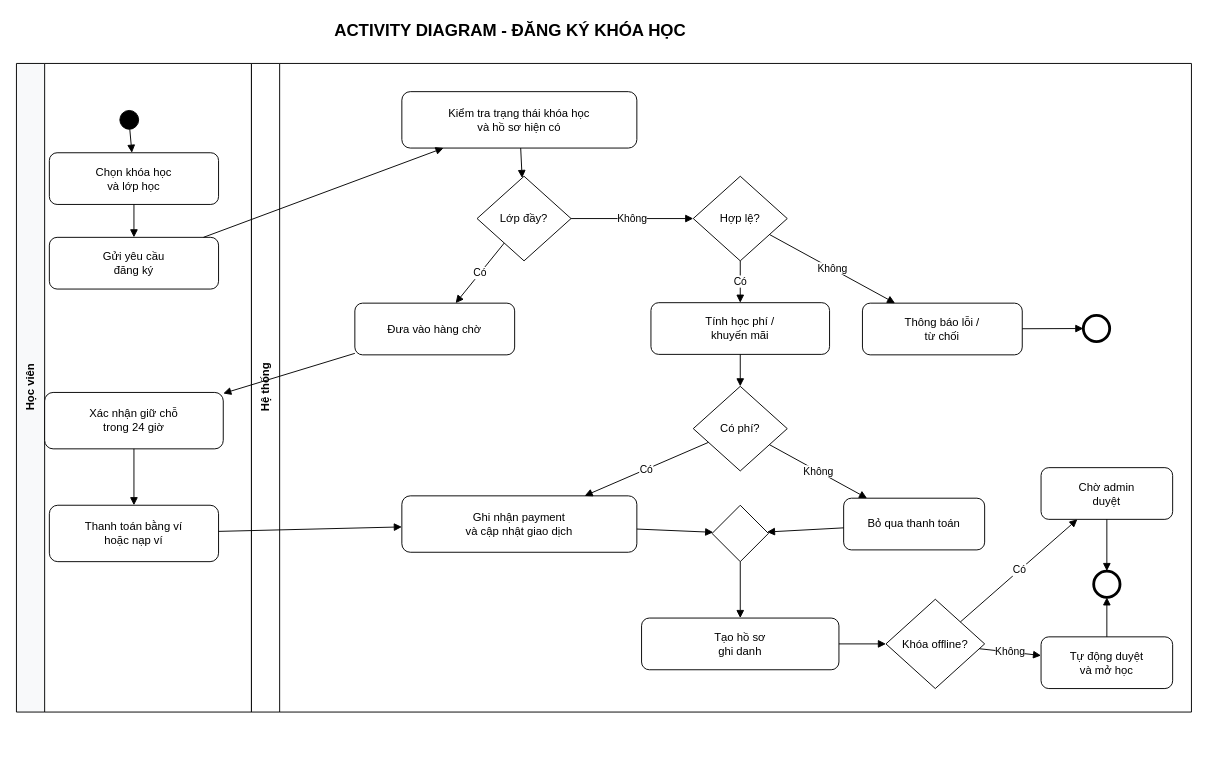
DangThanh2204/CongDangKy_KhaiTriEdu_Laravel- keeps this draw.io diagram as docs/uml/pages/02_activity-enrollment.drawio. Above is the earlier version. Source tidied: cells renumbered, new cells numbered last; positions are measured from the earlier drawing's top-left corner, leaving out a move shared by most shapes. Both pictures are drawn from the tidied source at 94%, with x=0, y=0 at pixel (16, 16).
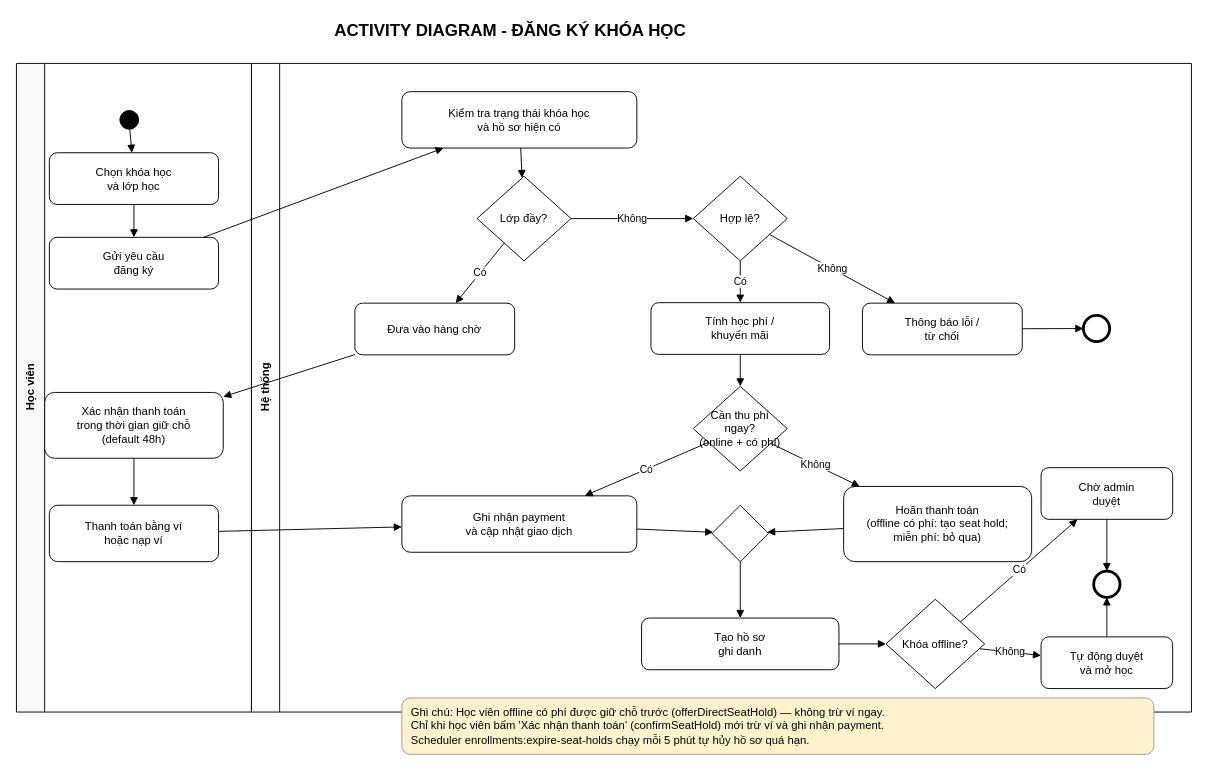
After the change.

Commit message (it also covers changes not shown here):
docs(uml): cập nhật state/activity/sequence theo flow giữ chỗ trước thanh toán

The change refers to these unchanged cells:
```xml
<mxCell id="4" value="Hệ thống" style="swimlane;html=1;startSize=30;horizontal=0;fillColor=#ffffff;strokeColor=#000000;fontStyle=1;" parent="1" vertex="1">
  <mxGeometry x="250" y="50" width="1000" height="690" as="geometry" />
</mxCell>
```

Change to the diagram source:
```diff
@@
-    <mxCell id="11" value="Có phí?" style="rhombus;whiteSpace=wrap;html=1;" parent="4" vertex="1">
+    <mxCell id="11" value="Cần thu phí ngay?&#10;(online + có phí)" style="rhombus;whiteSpace=wrap;html=1;" parent="4" vertex="1">
       <mxGeometry x="470" y="343.5" width="100" height="90" as="geometry" />
     </mxCell>
@@
-    <mxCell id="13" value="Bỏ qua thanh toán" style="rounded=1;whiteSpace=wrap;html=1;" parent="4" vertex="1">
-      <mxGeometry x="630" y="462.5" width="150" height="55" as="geometry" />
+    <mxCell id="13" value="Hoãn thanh toán&#10;(offline có phí: tạo seat hold;&#10;miễn phí: bỏ qua)" style="rounded=1;whiteSpace=wrap;html=1;" parent="4" vertex="1">
+      <mxGeometry x="630" y="450" width="200" height="80" as="geometry" />
     </mxCell>
@@
+    <mxCell id="49" value="Ghi chú: Học viên offline có phí được giữ chỗ trước (offerDirectSeatHold) — không trừ ví ngay.&#10;Chỉ khi học viên bấm 'Xác nhận thanh toán' (confirmSeatHold) mới trừ ví và ghi nhận payment.&#10;Scheduler enrollments:expire-seat-holds chạy mỗi 5 phút tự hủy hồ sơ quá hạn." style="text;html=1;strokeColor=#999999;fillColor=#fff2cc;align=left;verticalAlign=middle;whiteSpace=wrap;rounded=1;spacingLeft=8;spacingRight=8;" parent="4" vertex="1">
+      <mxGeometry x="160" y="675" width="800" height="60" as="geometry" />
+    </mxCell>
@@
-    <mxCell id="42" value="Xác nhận giữ chỗ&#10;trong 24 giờ" style="rounded=1;whiteSpace=wrap;html=1;" parent="1" vertex="1">
-      <mxGeometry x="30" y="400" width="190" height="60" as="geometry" />
+    <mxCell id="42" value="Xác nhận thanh toán&#10;trong thời gian giữ chỗ&#10;(default 48h)" style="rounded=1;whiteSpace=wrap;html=1;" parent="1" vertex="1">
+      <mxGeometry x="30" y="400" width="190" height="70" as="geometry" />
     </mxCell>
```
